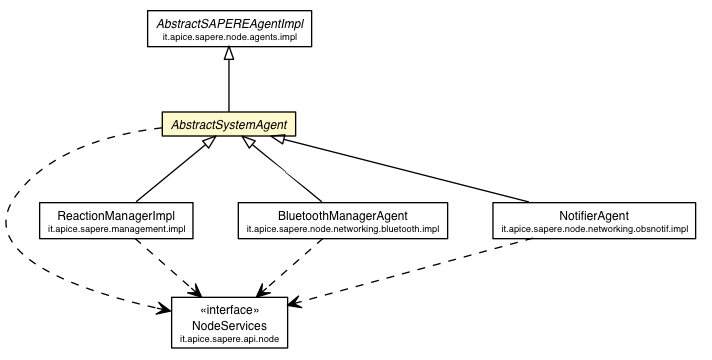
DanySK/Legacy-Contessi-Thesis-Semantic-Web-SAPERE keeps this Graphviz diagram as deployed-site/apidocs/it/apice/sapere/node/agents/AbstractSystemAgent.png. Above is the earlier version. Its source is kept beside it as deployed-site/apidocs/it/apice/sapere/node/agents/AbstractSystemAgent.dot.
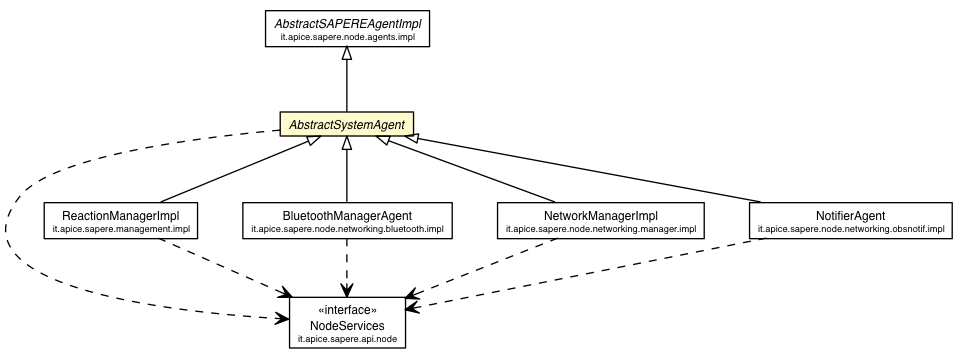
After the commit.

What changed in the source:
```diff
@@ -2,48 +2,56 @@
 digraph G {
 	edge [fontname="Helvetica",fontsize=10,labelfontname="Helvetica",labelfontsize=10];
 	node [fontname="Helvetica",fontsize=10,shape=plaintext];
-	c63897 [label=<<table border="0" cellborder="1" cellspacing="0" cellpadding="2" port="p" href="../../api/node/NodeServices.html">
+	c71225 [label=<<table border="0" cellborder="1" cellspacing="0" cellpadding="2" port="p" href="../../api/node/NodeServices.html">
 		<tr><td><table border="0" cellspacing="0" cellpadding="1">
 			<tr><td> &laquo;interface&raquo; </td></tr>
 			<tr><td> NodeServices </td></tr>
 			<tr><td><font point-size="7.0"> it.apice.sapere.api.node </font></td></tr>
 		</table></td></tr>
 		</table>>, fontname="Helvetica", fontcolor="black", fontsize=9.0];
-	c64001 [label=<<table border="0" cellborder="1" cellspacing="0" cellpadding="2" port="p" href="../../management/impl/ReactionManagerImpl.html">
+	c71329 [label=<<table border="0" cellborder="1" cellspacing="0" cellpadding="2" port="p" href="../../management/impl/ReactionManagerImpl.html">
 		<tr><td><table border="0" cellspacing="0" cellpadding="1">
 			<tr><td> ReactionManagerImpl </td></tr>
 			<tr><td><font point-size="7.0"> it.apice.sapere.management.impl </font></td></tr>
 		</table></td></tr>
 		</table>>, fontname="Helvetica", fontcolor="black", fontsize=9.0];
-	c64003 [label=<<table border="0" cellborder="1" cellspacing="0" cellpadding="2" port="p" bgcolor="lemonChiffon" href="./AbstractSystemAgent.html">
+	c71331 [label=<<table border="0" cellborder="1" cellspacing="0" cellpadding="2" port="p" bgcolor="lemonChiffon" href="./AbstractSystemAgent.html">
 		<tr><td><table border="0" cellspacing="0" cellpadding="1">
 			<tr><td><font face="Helvetica-Oblique"> AbstractSystemAgent </font></td></tr>
 		</table></td></tr>
 		</table>>, fontname="Helvetica", fontcolor="black", fontsize=9.0];
-	c64009 [label=<<table border="0" cellborder="1" cellspacing="0" cellpadding="2" port="p" href="./impl/AbstractSAPEREAgentImpl.html">
+	c71337 [label=<<table border="0" cellborder="1" cellspacing="0" cellpadding="2" port="p" href="./impl/AbstractSAPEREAgentImpl.html">
 		<tr><td><table border="0" cellspacing="0" cellpadding="1">
 			<tr><td><font face="Helvetica-Oblique"> AbstractSAPEREAgentImpl </font></td></tr>
 			<tr><td><font point-size="7.0"> it.apice.sapere.node.agents.impl </font></td></tr>
 		</table></td></tr>
 		</table>>, fontname="Helvetica", fontcolor="black", fontsize=9.0];
-	c64014 [label=<<table border="0" cellborder="1" cellspacing="0" cellpadding="2" port="p" href="../networking/bluetooth/impl/BluetoothManagerAgent.html">
+	c71342 [label=<<table border="0" cellborder="1" cellspacing="0" cellpadding="2" port="p" href="../networking/bluetooth/impl/BluetoothManagerAgent.html">
 		<tr><td><table border="0" cellspacing="0" cellpadding="1">
 			<tr><td> BluetoothManagerAgent </td></tr>
 			<tr><td><font point-size="7.0"> it.apice.sapere.node.networking.bluetooth.impl </font></td></tr>
 		</table></td></tr>
 		</table>>, fontname="Helvetica", fontcolor="black", fontsize=9.0];
-	c64026 [label=<<table border="0" cellborder="1" cellspacing="0" cellpadding="2" port="p" href="../networking/obsnotif/impl/NotifierAgent.html">
+	c71352 [label=<<table border="0" cellborder="1" cellspacing="0" cellpadding="2" port="p" href="../networking/manager/impl/NetworkManagerImpl.html">
+		<tr><td><table border="0" cellspacing="0" cellpadding="1">
+			<tr><td> NetworkManagerImpl </td></tr>
+			<tr><td><font point-size="7.0"> it.apice.sapere.node.networking.manager.impl </font></td></tr>
+		</table></td></tr>
+		</table>>, fontname="Helvetica", fontcolor="black", fontsize=9.0];
+	c71356 [label=<<table border="0" cellborder="1" cellspacing="0" cellpadding="2" port="p" href="../networking/obsnotif/impl/NotifierAgent.html">
 		<tr><td><table border="0" cellspacing="0" cellpadding="1">
 			<tr><td> NotifierAgent </td></tr>
 			<tr><td><font point-size="7.0"> it.apice.sapere.node.networking.obsnotif.impl </font></td></tr>
 		</table></td></tr>
 		</table>>, fontname="Helvetica", fontcolor="black", fontsize=9.0];
-	c64003:p -> c64001:p [dir=back,arrowtail=empty];
-	c64009:p -> c64003:p [dir=back,arrowtail=empty];
-	c64003:p -> c64014:p [dir=back,arrowtail=empty];
-	c64003:p -> c64026:p [dir=back,arrowtail=empty];
-	c64001:p -> c63897:p [taillabel="", label="", headlabel="", fontname="Helvetica", fontcolor="black", fontsize=10.0, color="black", arrowhead=open, style=dashed];
-	c64003:p -> c63897:p [taillabel="", label="", headlabel="", fontname="Helvetica", fontcolor="black", fontsize=10.0, color="black", arrowhead=open, style=dashed];
-	c64014:p -> c63897:p [taillabel="", label="", headlabel="", fontname="Helvetica", fontcolor="black", fontsize=10.0, color="black", arrowhead=open, style=dashed];
-	c64026:p -> c63897:p [taillabel="", label="", headlabel="", fontname="Helvetica", fontcolor="black", fontsize=10.0, color="black", arrowhead=open, style=dashed];
+	c71331:p -> c71329:p [dir=back,arrowtail=empty];
+	c71337:p -> c71331:p [dir=back,arrowtail=empty];
+	c71331:p -> c71342:p [dir=back,arrowtail=empty];
+	c71331:p -> c71352:p [dir=back,arrowtail=empty];
+	c71331:p -> c71356:p [dir=back,arrowtail=empty];
+	c71329:p -> c71225:p [taillabel="", label="", headlabel="", fontname="Helvetica", fontcolor="black", fontsize=10.0, color="black", arrowhead=open, style=dashed];
+	c71331:p -> c71225:p [taillabel="", label="", headlabel="", fontname="Helvetica", fontcolor="black", fontsize=10.0, color="black", arrowhead=open, style=dashed];
+	c71342:p -> c71225:p [taillabel="", label="", headlabel="", fontname="Helvetica", fontcolor="black", fontsize=10.0, color="black", arrowhead=open, style=dashed];
+	c71352:p -> c71225:p [taillabel="", label="", headlabel="", fontname="Helvetica", fontcolor="black", fontsize=10.0, color="black", arrowhead=open, style=dashed];
+	c71356:p -> c71225:p [taillabel="", label="", headlabel="", fontname="Helvetica", fontcolor="black", fontsize=10.0, color="black", arrowhead=open, style=dashed];
 }
```
